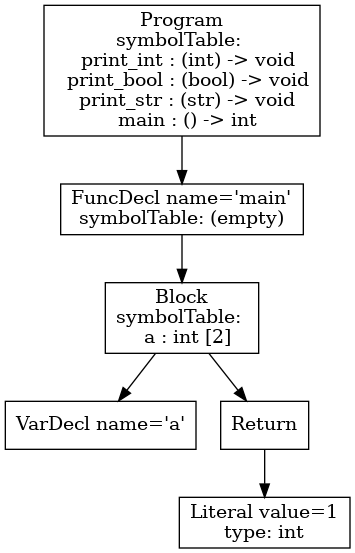
tran3jm/f22_compilers keeps this Graphviz diagram as p3-analysis/ast.png. Above is the earlier version. Its source is kept beside it as p3-analysis/ast.dot.
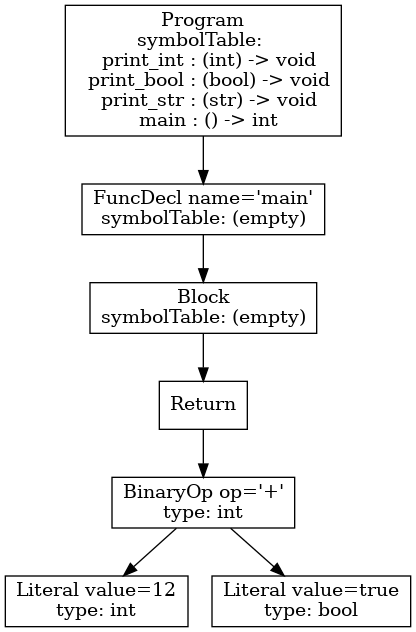
The same file after the commit.

Change to the diagram source:
```diff
@@ -1,11 +1,13 @@
 digraph AST {
-3 [shape=box, label="VarDecl name='a'"];
-5 [shape=box, label="Literal value=1\ntype: int"];
-4 [shape=box, label="Return"];
+5 [shape=box, label="Literal value=12\ntype: int"];
+6 [shape=box, label="Literal value=true\ntype: bool"];
+4 [shape=box, label="BinaryOp op='+'\ntype: int"];
 4 -> 5;
-2 [shape=box, label="Block\nsymbolTable: \n  a : int [2]"];
+4 -> 6;
+3 [shape=box, label="Return"];
+3 -> 4;
+2 [shape=box, label="Block\nsymbolTable: (empty)"];
 2 -> 3;
-2 -> 4;
 1 [shape=box, label="FuncDecl name='main'\nsymbolTable: (empty)"];
 1 -> 2;
 0 [shape=box, label="Program\nsymbolTable: \n  print_int : (int) -> void\n  print_bool : (bool) -> void\n  print_str : (str) -> void\n  main : () -> int"];
```
